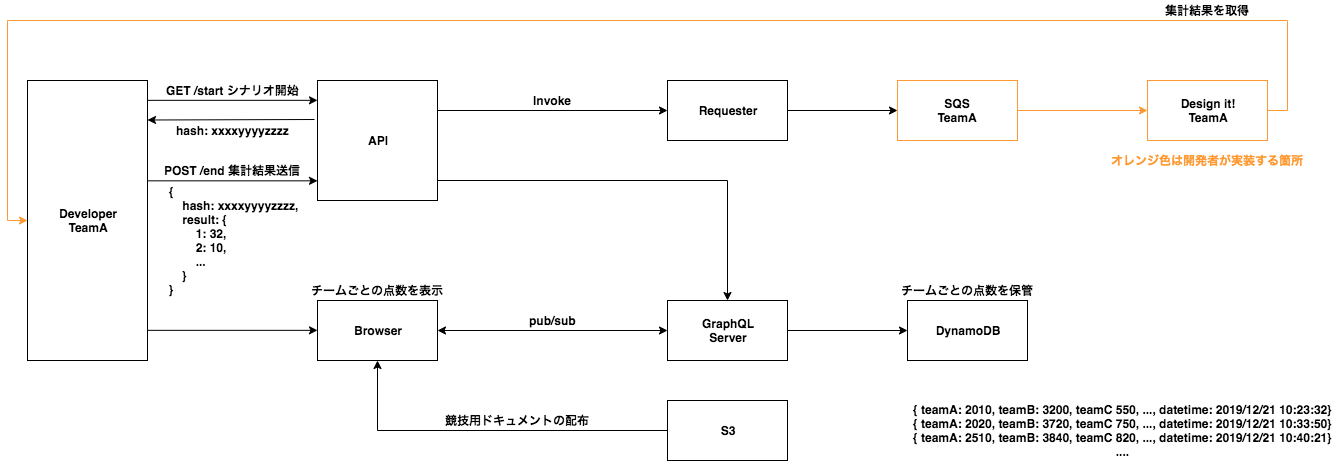
Earlier version of the draw.io export score-board.png (daisuke-awaji/serverless-workshop). Source tidied: cells renumbered, new cells last; positions are measured from the earlier drawing's top-left corner, leaving out a move shared by most shapes. The source it was exported from:
```xml
<mxGraphModel>
  <root>
    <mxCell id="0" />
    <mxCell id="1" parent="0" />
    <mxCell id="2" style="edgeStyle=orthogonalEdgeStyle;rounded=0;jettySize=auto;html=1;exitX=1;exitY=0.5;exitDx=0;exitDy=0;" parent="1" edge="1" source="3" target="8">
      <mxGeometry relative="1" as="geometry" />
    </mxCell>
    <mxCell id="3" value="&lt;b&gt;Requester&lt;/b&gt;" style="rounded=0;whiteSpace=wrap;html=1;" parent="1" vertex="1">
      <mxGeometry x="660" y="80" width="120" height="60" as="geometry" />
    </mxCell>
    <mxCell id="4" style="edgeStyle=orthogonalEdgeStyle;rounded=0;jettySize=auto;html=1;exitX=1;exitY=0.5;exitDx=0;exitDy=0;entryX=0;entryY=0.5;entryDx=0;entryDy=0;" parent="1" edge="1" source="5" target="6">
      <mxGeometry relative="1" as="geometry" />
    </mxCell>
    <mxCell id="5" value="&lt;b&gt;GraphQL&lt;br&gt;Server&lt;br&gt;&lt;/b&gt;" style="rounded=0;whiteSpace=wrap;html=1;" parent="1" vertex="1">
      <mxGeometry x="660" y="300" width="120" height="60" as="geometry" />
    </mxCell>
    <mxCell id="6" value="&lt;b&gt;DynamoDB&lt;br&gt;&lt;/b&gt;" style="rounded=0;whiteSpace=wrap;html=1;" parent="1" vertex="1">
      <mxGeometry x="900" y="300" width="120" height="60" as="geometry" />
    </mxCell>
    <mxCell id="7" style="edgeStyle=orthogonalEdgeStyle;rounded=0;jettySize=auto;html=1;exitX=1;exitY=0.5;exitDx=0;exitDy=0;strokeColor=#FF9933;" parent="1" edge="1" source="8" target="19">
      <mxGeometry relative="1" as="geometry" />
    </mxCell>
    <mxCell id="8" value="&lt;b&gt;SQS&lt;br&gt;TeamA&lt;br&gt;&lt;/b&gt;" style="rounded=0;whiteSpace=wrap;html=1;strokeColor=#FF9933;" parent="1" vertex="1">
      <mxGeometry x="890" y="80" width="120" height="60" as="geometry" />
    </mxCell>
    <mxCell id="9" style="edgeStyle=orthogonalEdgeStyle;rounded=0;jettySize=auto;html=1;exitX=1;exitY=0.25;exitDx=0;exitDy=0;" parent="1" edge="1" source="11" target="3">
      <mxGeometry relative="1" as="geometry" />
    </mxCell>
    <mxCell id="10" value="&lt;b&gt;Developer&lt;br&gt;TeamA&lt;br&gt;&lt;/b&gt;" style="rounded=0;whiteSpace=wrap;html=1;" parent="1" vertex="1">
      <mxGeometry x="20" y="80" width="120" height="280" as="geometry" />
    </mxCell>
    <mxCell id="11" value="&lt;b&gt;API&lt;br&gt;&lt;/b&gt;" style="rounded=0;whiteSpace=wrap;html=1;" parent="1" vertex="1">
      <mxGeometry x="310" y="80" width="120" height="120" as="geometry" />
    </mxCell>
    <mxCell id="12" style="edgeStyle=orthogonalEdgeStyle;rounded=0;jettySize=auto;html=1;exitX=1;exitY=0.5;exitDx=0;exitDy=0;" parent="1" edge="1" target="5">
      <mxGeometry relative="1" as="geometry">
        <mxPoint x="430" y="180" as="sourcePoint" />
      </mxGeometry>
    </mxCell>
    <mxCell id="13" value="hash: xxxxyyyyzzzz" style="text;html=1;align=center;verticalAlign=middle;fontStyle=1;" parent="1" vertex="1">
      <mxGeometry x="160" y="120" width="130" height="20" as="geometry" />
    </mxCell>
    <mxCell id="14" value="GET /start シナリオ開始" style="text;html=1;align=center;verticalAlign=middle;fontStyle=1;" parent="1" vertex="1">
      <mxGeometry x="150" y="80" width="150" height="20" as="geometry" />
    </mxCell>
    <mxCell id="15" style="edgeStyle=orthogonalEdgeStyle;rounded=0;orthogonalLoop=1;jettySize=auto;html=1;exitX=1;exitY=0.118;exitDx=0;exitDy=0;entryX=0;entryY=0.25;entryDx=0;entryDy=0;exitPerimeter=0;" parent="1" edge="1">
      <mxGeometry relative="1" as="geometry">
        <mxPoint x="140" y="180.3" as="sourcePoint" />
        <mxPoint x="310" y="180.3" as="targetPoint" />
      </mxGeometry>
    </mxCell>
    <mxCell id="16" value="POST /end 集計結果送信" style="text;html=1;align=center;verticalAlign=middle;fontStyle=1;" parent="1" vertex="1">
      <mxGeometry x="150" y="160" width="150" height="20" as="geometry" />
    </mxCell>
    <mxCell id="17" value="{&lt;br&gt;&amp;nbsp; &amp;nbsp; hash: xxxxyyyyzzzz,&lt;br&gt;&amp;nbsp; &amp;nbsp; result: {&lt;br&gt;&amp;nbsp; &amp;nbsp; &amp;nbsp; &amp;nbsp; 1: 32,&lt;br&gt;&amp;nbsp; &amp;nbsp; &amp;nbsp; &amp;nbsp; 2: 10,&lt;br&gt;&amp;nbsp; &amp;nbsp; &amp;nbsp; &amp;nbsp; ...&lt;br&gt;&amp;nbsp; &amp;nbsp; }&lt;br&gt;}" style="text;html=1;align=left;verticalAlign=middle;fontStyle=1;" parent="1" vertex="1">
      <mxGeometry x="160" y="180" width="140" height="120" as="geometry" />
    </mxCell>
    <mxCell id="18" style="edgeStyle=orthogonalEdgeStyle;rounded=0;jettySize=auto;html=1;exitX=1;exitY=0.5;exitDx=0;exitDy=0;entryX=0;entryY=0.5;entryDx=0;entryDy=0;strokeColor=#FF9933;" parent="1" edge="1" source="19" target="10">
      <mxGeometry relative="1" as="geometry">
        <Array as="points">
          <mxPoint x="1280" y="110" />
          <mxPoint x="1280" y="20" />
          <mxPoint y="20" />
          <mxPoint y="220" />
        </Array>
      </mxGeometry>
    </mxCell>
    <mxCell id="19" value="&lt;b&gt;Design it!&lt;br&gt;TeamA&lt;br&gt;&lt;/b&gt;" style="rounded=0;whiteSpace=wrap;html=1;strokeColor=#FF9933;" parent="1" vertex="1">
      <mxGeometry x="1140" y="80" width="120" height="60" as="geometry" />
    </mxCell>
    <mxCell id="20" style="edgeStyle=orthogonalEdgeStyle;rounded=0;orthogonalLoop=1;jettySize=auto;html=1;exitX=1;exitY=0.118;exitDx=0;exitDy=0;entryX=0;entryY=0.25;entryDx=0;entryDy=0;exitPerimeter=0;" parent="1" edge="1">
      <mxGeometry relative="1" as="geometry">
        <mxPoint x="140" y="99.8" as="sourcePoint" />
        <mxPoint x="310" y="99.8" as="targetPoint" />
      </mxGeometry>
    </mxCell>
    <mxCell id="21" style="edgeStyle=orthogonalEdgeStyle;rounded=0;orthogonalLoop=1;jettySize=auto;html=1;exitX=1;exitY=0.118;exitDx=0;exitDy=0;entryX=0;entryY=0.25;entryDx=0;entryDy=0;exitPerimeter=0;" parent="1" edge="1">
      <mxGeometry relative="1" as="geometry">
        <mxPoint x="140" y="329.8" as="sourcePoint" />
        <mxPoint x="310" y="329.8" as="targetPoint" />
      </mxGeometry>
    </mxCell>
    <mxCell id="22" value="&lt;b&gt;Browser&lt;br&gt;&lt;/b&gt;" style="rounded=0;whiteSpace=wrap;html=1;" parent="1" vertex="1">
      <mxGeometry x="310" y="300" width="120" height="60" as="geometry" />
    </mxCell>
    <mxCell id="23" style="endArrow=classic;startArrow=classic;html=1;entryX=0;entryY=0.5;entryDx=0;entryDy=0;" parent="1" edge="1" target="5">
      <mxGeometry relative="1" as="geometry">
        <mxPoint x="430" y="330" as="sourcePoint" />
      </mxGeometry>
    </mxCell>
    <mxCell id="24" value="&lt;b&gt;pub/sub&lt;/b&gt;" style="text;html=1;align=center;verticalAlign=middle;" parent="1" vertex="1">
      <mxGeometry x="515" y="310" width="60" height="20" as="geometry" />
    </mxCell>
    <mxCell id="25" value="&lt;b&gt;チームごとの点数を表示&lt;/b&gt;" style="text;html=1;align=center;verticalAlign=middle;" parent="1" vertex="1">
      <mxGeometry x="295" y="280" width="150" height="20" as="geometry" />
    </mxCell>
    <mxCell id="26" value="Invoke" style="text;html=1;align=center;verticalAlign=middle;fontStyle=1;" parent="1" vertex="1">
      <mxGeometry x="520" y="90" width="50" height="20" as="geometry" />
    </mxCell>
    <mxCell id="27" style="endArrow=classic;html=1;strokeColor=#000000;exitX=-0.025;exitY=0.325;exitDx=0;exitDy=0;exitPerimeter=0;" parent="1" edge="1" source="11">
      <mxGeometry relative="1" as="geometry">
        <mxPoint x="140" y="119.5" as="targetPoint" />
      </mxGeometry>
    </mxCell>
    <mxCell id="28" value="&lt;b&gt;{ teamA: 2010, teamB: 3200, teamC 550, ..., datetime: 2019/12/21 10:23:32}&lt;br&gt;&lt;/b&gt;&lt;b&gt;{ teamA: 2020, teamB: 3720, teamC 750, ..., datetime: 2019/12/21 10:33:50}&lt;br&gt;&lt;/b&gt;&lt;b&gt;{ teamA: 2510, teamB: 3840, teamC 820, ..., datetime: 2019/12/21 10:40:21}&lt;/b&gt;&lt;b&gt;&lt;br&gt;&lt;/b&gt;&lt;b&gt;....&lt;br&gt;&lt;/b&gt;" style="text;html=1;align=center;verticalAlign=middle;" parent="1" vertex="1">
      <mxGeometry x="900" y="400" width="430" height="60" as="geometry" />
    </mxCell>
    <mxCell id="29" value="&lt;b&gt;集計結果を取得&lt;/b&gt;" style="text;html=1;align=center;verticalAlign=middle;" parent="1" vertex="1">
      <mxGeometry x="1150" width="100" height="20" as="geometry" />
    </mxCell>
    <mxCell id="30" style="edgeStyle=orthogonalEdgeStyle;rounded=0;jettySize=auto;html=1;exitX=0;exitY=0.5;exitDx=0;exitDy=0;entryX=0.5;entryY=1;entryDx=0;entryDy=0;strokeColor=#000000;" parent="1" edge="1" source="31" target="22">
      <mxGeometry relative="1" as="geometry" />
    </mxCell>
    <mxCell id="31" value="&lt;b&gt;S3&lt;br&gt;&lt;/b&gt;" style="rounded=0;whiteSpace=wrap;html=1;" parent="1" vertex="1">
      <mxGeometry x="660" y="400" width="120" height="60" as="geometry" />
    </mxCell>
    <mxCell id="32" value="&lt;b&gt;競技用ドキュメントの配布&lt;/b&gt;" style="text;html=1;align=center;verticalAlign=middle;" parent="1" vertex="1">
      <mxGeometry x="430" y="410" width="160" height="20" as="geometry" />
    </mxCell>
    <mxCell id="33" value="&lt;b&gt;チームごとの点数を保管&lt;/b&gt;" style="text;html=1;align=center;verticalAlign=middle;" parent="1" vertex="1">
      <mxGeometry x="885" y="280" width="150" height="20" as="geometry" />
    </mxCell>
    <mxCell id="34" value="&lt;b&gt;&lt;font color=&quot;#ff9933&quot;&gt;オレンジ色は開発者が実装する箇所&lt;/font&gt;&lt;/b&gt;" style="text;html=1;align=center;verticalAlign=middle;" parent="1" vertex="1">
      <mxGeometry x="1095" y="150" width="210" height="20" as="geometry" />
    </mxCell>
  </root>
</mxGraphModel>
```
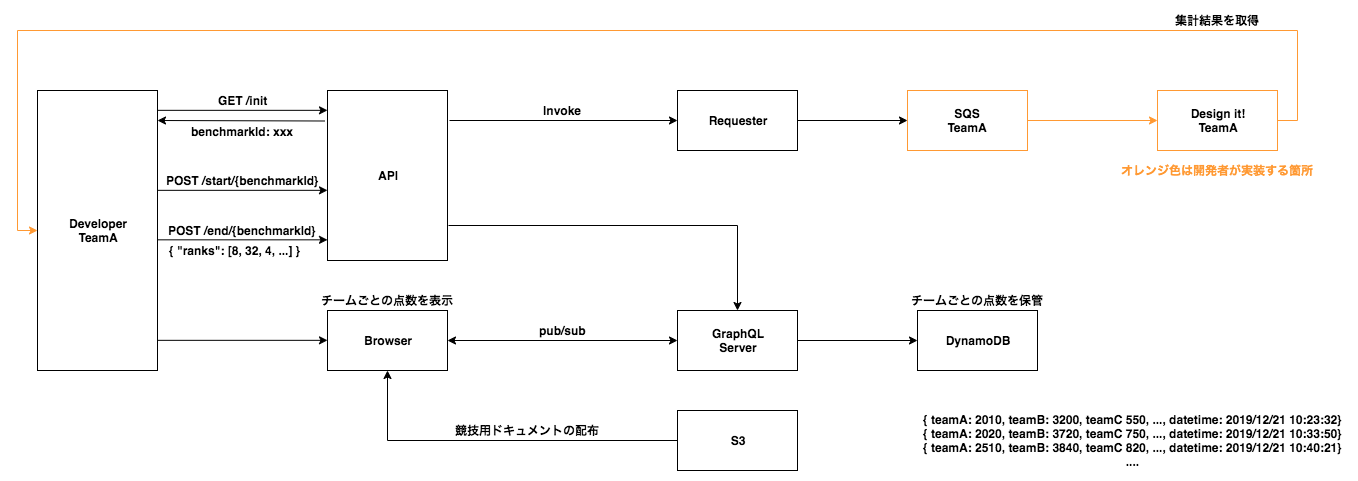
After the commit.

What changed in the source:
```diff
@@ -23,37 +23,37 @@
     <mxCell id="8" value="&lt;b&gt;SQS&lt;br&gt;TeamA&lt;br&gt;&lt;/b&gt;" style="rounded=0;whiteSpace=wrap;html=1;strokeColor=#FF9933;" parent="1" vertex="1">
       <mxGeometry x="890" y="80" width="120" height="60" as="geometry" />
     </mxCell>
-    <mxCell id="9" style="edgeStyle=orthogonalEdgeStyle;rounded=0;jettySize=auto;html=1;exitX=1;exitY=0.25;exitDx=0;exitDy=0;" parent="1" edge="1" source="11" target="3">
-      <mxGeometry relative="1" as="geometry" />
+    <mxCell id="9" style="edgeStyle=orthogonalEdgeStyle;rounded=0;jettySize=auto;html=1;" parent="1" edge="1" target="3">
+      <mxGeometry relative="1" as="geometry">
+        <mxPoint x="432" y="110" as="sourcePoint" />
+      </mxGeometry>
     </mxCell>
     <mxCell id="10" value="&lt;b&gt;Developer&lt;br&gt;TeamA&lt;br&gt;&lt;/b&gt;" style="rounded=0;whiteSpace=wrap;html=1;" parent="1" vertex="1">
       <mxGeometry x="20" y="80" width="120" height="280" as="geometry" />
     </mxCell>
     <mxCell id="11" value="&lt;b&gt;API&lt;br&gt;&lt;/b&gt;" style="rounded=0;whiteSpace=wrap;html=1;" parent="1" vertex="1">
-      <mxGeometry x="310" y="80" width="120" height="120" as="geometry" />
+      <mxGeometry x="310" y="80" width="120" height="170" as="geometry" />
     </mxCell>
-    <mxCell id="12" style="edgeStyle=orthogonalEdgeStyle;rounded=0;jettySize=auto;html=1;exitX=1;exitY=0.5;exitDx=0;exitDy=0;" parent="1" edge="1" target="5">
-      <mxGeometry relative="1" as="geometry">
-        <mxPoint x="430" y="180" as="sourcePoint" />
-      </mxGeometry>
+    <mxCell id="12" style="edgeStyle=orthogonalEdgeStyle;rounded=0;jettySize=auto;html=1;exitX=1.008;exitY=0.794;exitDx=0;exitDy=0;exitPerimeter=0;" parent="1" edge="1" source="11" target="5">
+      <mxGeometry relative="1" as="geometry" />
     </mxCell>
-    <mxCell id="13" value="hash: xxxxyyyyzzzz" style="text;html=1;align=center;verticalAlign=middle;fontStyle=1;" parent="1" vertex="1">
-      <mxGeometry x="160" y="120" width="130" height="20" as="geometry" />
+    <mxCell id="13" value="benchmarkId: xxx" style="text;html=1;align=center;verticalAlign=middle;fontStyle=1;" parent="1" vertex="1">
+      <mxGeometry x="165" y="110.5" width="120" height="20" as="geometry" />
     </mxCell>
-    <mxCell id="14" value="GET /start シナリオ開始" style="text;html=1;align=center;verticalAlign=middle;fontStyle=1;" parent="1" vertex="1">
-      <mxGeometry x="150" y="80" width="150" height="20" as="geometry" />
+    <mxCell id="14" value="GET /init" style="text;html=1;align=center;verticalAlign=middle;fontStyle=1;" parent="1" vertex="1">
+      <mxGeometry x="195" y="80" width="60" height="20" as="geometry" />
     </mxCell>
     <mxCell id="15" style="edgeStyle=orthogonalEdgeStyle;rounded=0;orthogonalLoop=1;jettySize=auto;html=1;exitX=1;exitY=0.118;exitDx=0;exitDy=0;entryX=0;entryY=0.25;entryDx=0;entryDy=0;exitPerimeter=0;" parent="1" edge="1">
       <mxGeometry relative="1" as="geometry">
-        <mxPoint x="140" y="180.3" as="sourcePoint" />
-        <mxPoint x="310" y="180.3" as="targetPoint" />
+        <mxPoint x="140" y="229.3" as="sourcePoint" />
+        <mxPoint x="310" y="229.3" as="targetPoint" />
       </mxGeometry>
     </mxCell>
-    <mxCell id="16" value="POST /end 集計結果送信" style="text;html=1;align=center;verticalAlign=middle;fontStyle=1;" parent="1" vertex="1">
-      <mxGeometry x="150" y="160" width="150" height="20" as="geometry" />
+    <mxCell id="16" value="POST /end/{benchmarkId}" style="text;html=1;align=center;verticalAlign=middle;fontStyle=1;" parent="1" vertex="1">
+      <mxGeometry x="145" y="210" width="160" height="20" as="geometry" />
     </mxCell>
-    <mxCell id="17" value="{&lt;br&gt;&amp;nbsp; &amp;nbsp; hash: xxxxyyyyzzzz,&lt;br&gt;&amp;nbsp; &amp;nbsp; result: {&lt;br&gt;&amp;nbsp; &amp;nbsp; &amp;nbsp; &amp;nbsp; 1: 32,&lt;br&gt;&amp;nbsp; &amp;nbsp; &amp;nbsp; &amp;nbsp; 2: 10,&lt;br&gt;&amp;nbsp; &amp;nbsp; &amp;nbsp; &amp;nbsp; ...&lt;br&gt;&amp;nbsp; &amp;nbsp; }&lt;br&gt;}" style="text;html=1;align=left;verticalAlign=middle;fontStyle=1;" parent="1" vertex="1">
-      <mxGeometry x="160" y="180" width="140" height="120" as="geometry" />
+    <mxCell id="17" value="{ &quot;ranks&quot;: [8, 32, 4, ...] }" style="text;html=1;align=left;verticalAlign=middle;fontStyle=1;" parent="1" vertex="1">
+      <mxGeometry x="150" y="230" width="150" height="20" as="geometry" />
     </mxCell>
     <mxCell id="18" style="edgeStyle=orthogonalEdgeStyle;rounded=0;jettySize=auto;html=1;exitX=1;exitY=0.5;exitDx=0;exitDy=0;entryX=0;entryY=0.5;entryDx=0;entryDy=0;strokeColor=#FF9933;" parent="1" edge="1" source="19" target="10">
       <mxGeometry relative="1" as="geometry">
@@ -97,9 +97,10 @@
     <mxCell id="26" value="Invoke" style="text;html=1;align=center;verticalAlign=middle;fontStyle=1;" parent="1" vertex="1">
       <mxGeometry x="520" y="90" width="50" height="20" as="geometry" />
     </mxCell>
-    <mxCell id="27" style="endArrow=classic;html=1;strokeColor=#000000;exitX=-0.025;exitY=0.325;exitDx=0;exitDy=0;exitPerimeter=0;" parent="1" edge="1" source="11">
+    <mxCell id="27" style="endArrow=classic;html=1;strokeColor=#000000;" parent="1" edge="1">
       <mxGeometry relative="1" as="geometry">
-        <mxPoint x="140" y="119.5" as="targetPoint" />
+        <mxPoint x="307" y="110.5" as="sourcePoint" />
+        <mxPoint x="140" y="110" as="targetPoint" />
       </mxGeometry>
     </mxCell>
     <mxCell id="28" value="&lt;b&gt;{ teamA: 2010, teamB: 3200, teamC 550, ..., datetime: 2019/12/21 10:23:32}&lt;br&gt;&lt;/b&gt;&lt;b&gt;{ teamA: 2020, teamB: 3720, teamC 750, ..., datetime: 2019/12/21 10:33:50}&lt;br&gt;&lt;/b&gt;&lt;b&gt;{ teamA: 2510, teamB: 3840, teamC 820, ..., datetime: 2019/12/21 10:40:21}&lt;/b&gt;&lt;b&gt;&lt;br&gt;&lt;/b&gt;&lt;b&gt;....&lt;br&gt;&lt;/b&gt;" style="text;html=1;align=center;verticalAlign=middle;" parent="1" vertex="1">
@@ -123,5 +124,14 @@
     <mxCell id="34" value="&lt;b&gt;&lt;font color=&quot;#ff9933&quot;&gt;オレンジ色は開発者が実装する箇所&lt;/font&gt;&lt;/b&gt;" style="text;html=1;align=center;verticalAlign=middle;" parent="1" vertex="1">
       <mxGeometry x="1095" y="150" width="210" height="20" as="geometry" />
     </mxCell>
+    <mxCell id="35" value="POST /start/{benchmarkId}" style="text;html=1;align=center;verticalAlign=middle;fontStyle=1;" parent="1" vertex="1">
+      <mxGeometry x="140" y="160" width="170" height="20" as="geometry" />
+    </mxCell>
+    <mxCell id="36" style="edgeStyle=orthogonalEdgeStyle;rounded=0;orthogonalLoop=1;jettySize=auto;html=1;exitX=1;exitY=0.118;exitDx=0;exitDy=0;entryX=0;entryY=0.25;entryDx=0;entryDy=0;exitPerimeter=0;" parent="1" edge="1">
+      <mxGeometry relative="1" as="geometry">
+        <mxPoint x="140" y="179.8" as="sourcePoint" />
+        <mxPoint x="310" y="179.8" as="targetPoint" />
+      </mxGeometry>
+    </mxCell>
   </root>
 </mxGraphModel>
```
